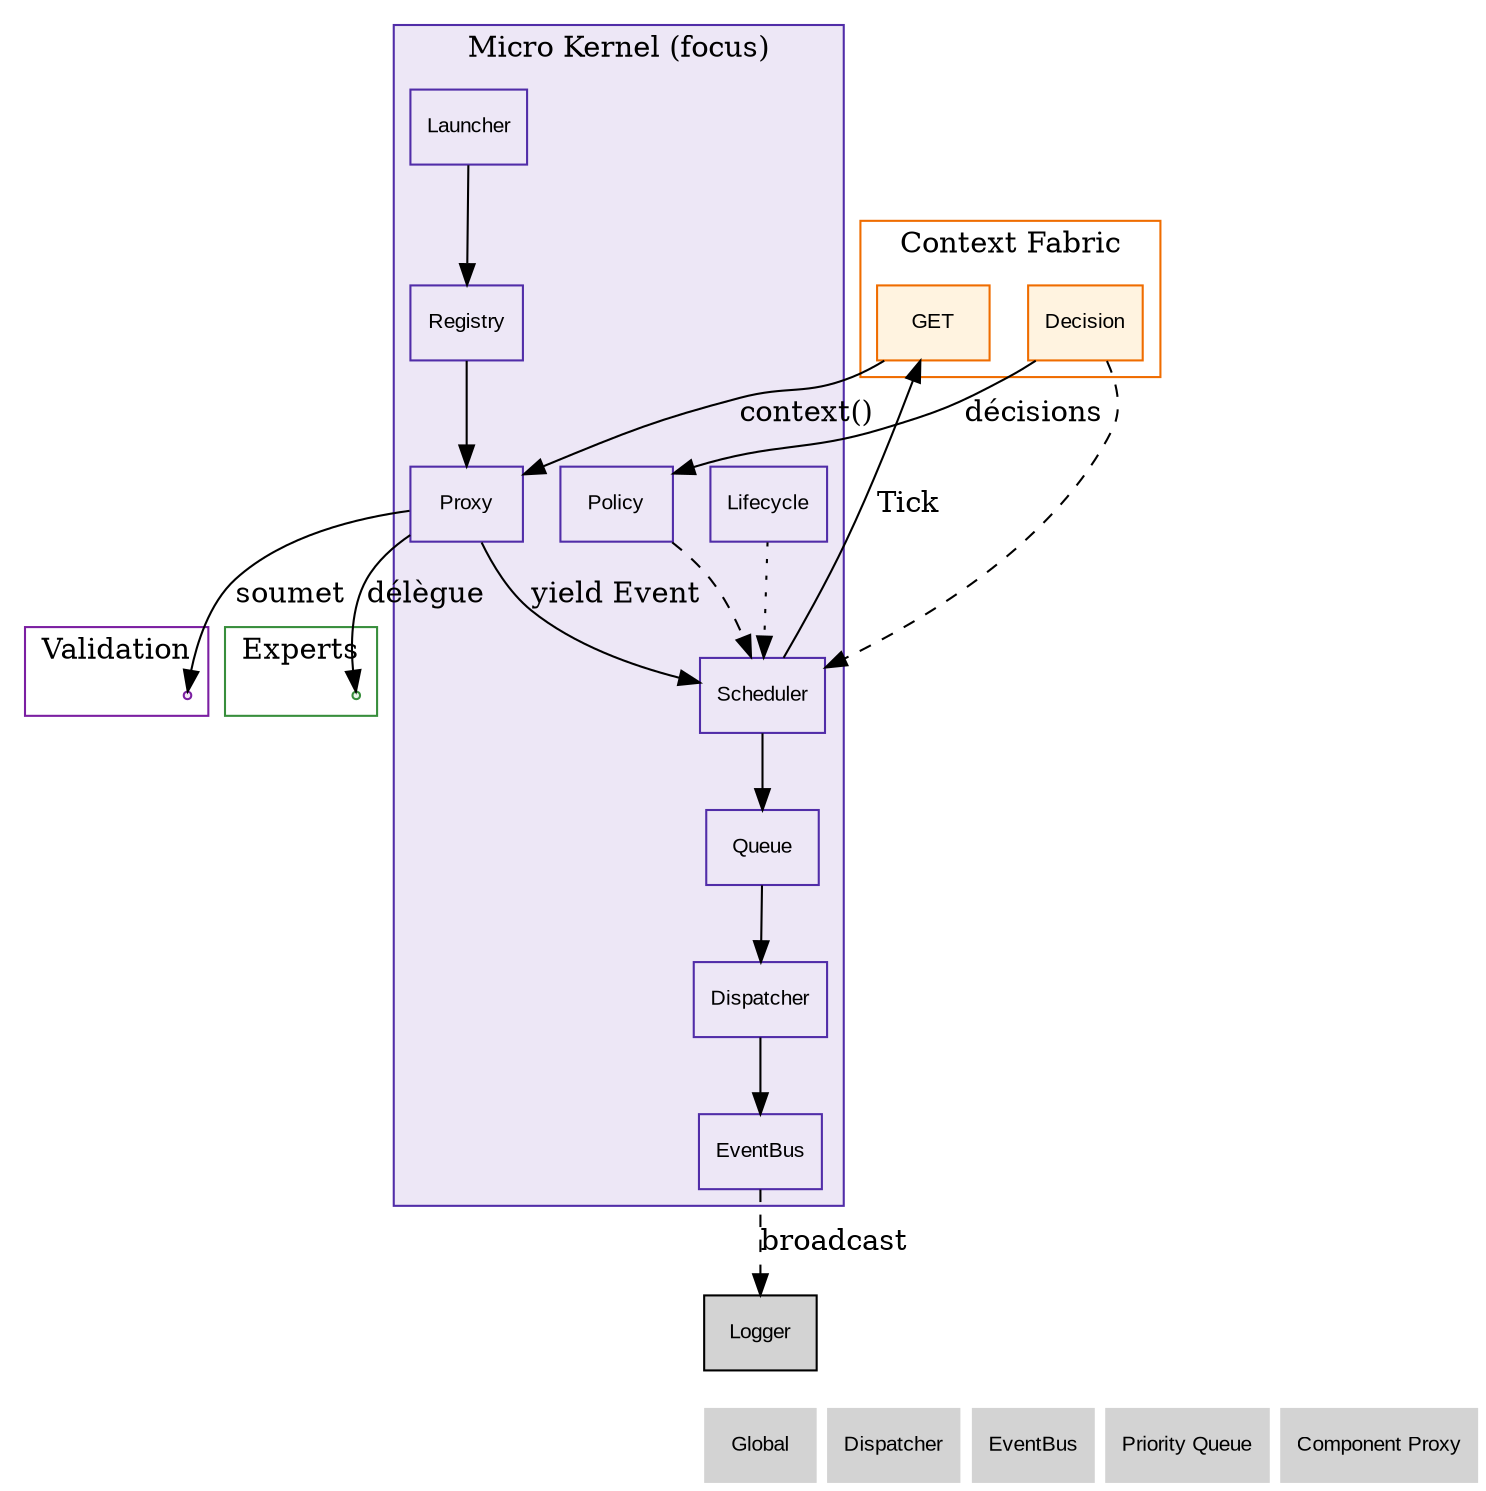
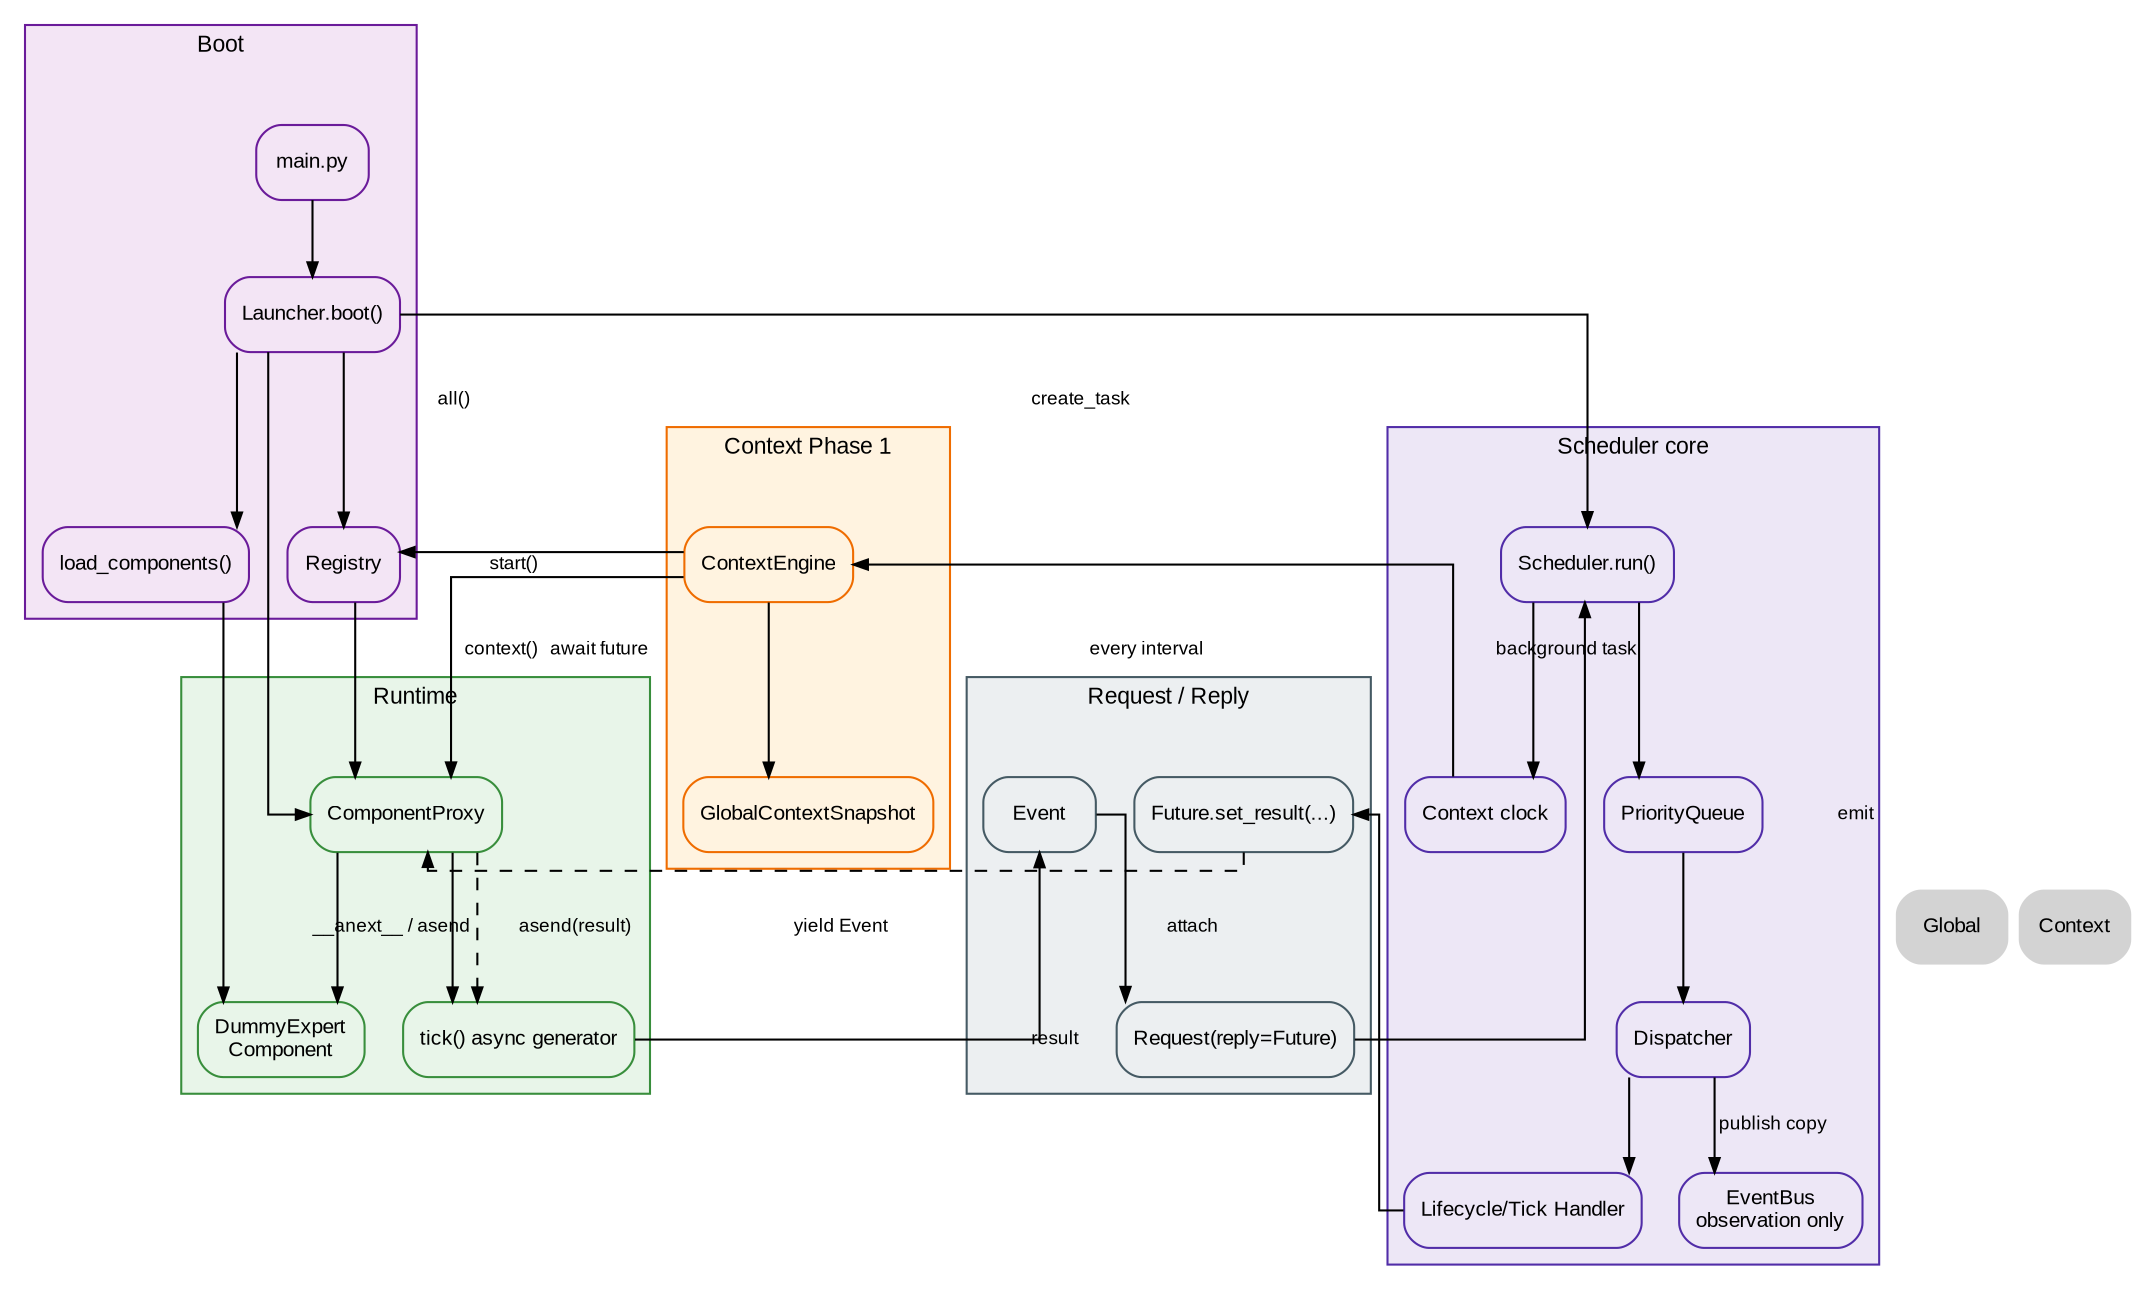
digraph Scheduler {
    rankdir=TB;
-     node [shape=box, style=filled, fontname="Arial", fontsize=10];
+     compound=true;
+     splines=ortho;

-     subgraph cluster_kernel {
-         label="Micro Kernel (focus)";
-         color="#512da8"; bgcolor="#ede7f6";
+     graph [fontname="Arial", fontsize=11];
+     node  [shape=box, style="rounded,filled", fontname="Arial", fontsize=10];
+     edge  [fontname="Arial", fontsize=9, arrowsize=0.7];
+ 
+     subgraph cluster_boot {
+         label="Boot";
+         color="#6a1b9a";
+         bgcolor="#f3e5f5";
+         node [fillcolor="#f3e5f5", color="#6a1b9a"];
+         Main     [label="main.py"];
+         Launcher [label="Launcher.boot()"];
+         Loader   [label="load_components()"];
+         Registry [label="Registry"];
+     }
+ 
+     subgraph cluster_runtime {
+         label="Runtime";
+         color="#388e3c";
+         bgcolor="#e8f5e9";
+         node [fillcolor="#e8f5e9", color="#388e3c"];
+         RealComponent [label="DummyExpert\nComponent"];
+         Proxy         [label="ComponentProxy"];
+         TickGen       [label="tick() async generator"];
+     }
+ 
+     subgraph cluster_scheduler {
+         label="Scheduler core";
+         color="#512da8";
+         bgcolor="#ede7f6";
        node [fillcolor="#ede7f6", color="#512da8"];
-         Launcher [URL="../00_global.svg"];
-         Registry [URL="../00_global.svg"];
-         Proxy [URL="component_proxy/14_component_proxy.svg"];
-         Scheduler [URL="../00_global.svg"]; // lui-même, mais lien vers global
-         Dispatcher [URL="dispatcher/11_dispatcher.svg"];
-         Queue [URL="priority_queue/13_priority_queue.svg"];
-         EventBus [URL="event_bus/12_event_bus.svg"];
-         Policy [URL="../00_global.svg"];
-         Lifecycle [URL="../00_global.svg"];
+         Scheduler [label="Scheduler.run()", URL="../00_global.svg", tooltip="Retour global"];
+         Queue     [label="PriorityQueue"];
+         Dispatcher;
+         Handler   [label="Lifecycle/Tick Handler"];
+         EventBus  [label="EventBus\nobservation only"];
+         Clock     [label="Context clock"];
+     }
+ 
+     subgraph cluster_reply {
+         label="Request / Reply";
+         color="#455a64";
+         bgcolor="#eceff1";
+         node [fillcolor="#eceff1", color="#455a64"];
+         Event   [label="Event"];
+         Request [label="Request(reply=Future)"];
+         Reply   [label="Future.set_result(...)"];
    }

    subgraph cluster_context {
-         label="Context Fabric";
+         label="Context Phase 1";
        color="#ef6c00";
+         bgcolor="#fff3e0";
        node [fillcolor="#fff3e0", color="#ef6c00"];
-         GET [URL="../context/20_context.svg"];
-         Decision [URL="../context/decision_engine/24_decision_engine.svg"];
+         ContextEngine [URL="../context/20_context.svg"];
+         Snapshot      [label="GlobalContextSnapshot", URL="../context/20_context.svg"];
    }

-     subgraph cluster_experts {
-         label="Experts";
-         color="#388e3c";
-         node [fillcolor="#e8f5e9", color="#388e3c"];
-         ExpertGroup [label="Experts", shape=point, URL="../experts/40_experts.svg"];
-     }
+     Main -> Launcher;
+     Launcher -> Loader;
+     Loader -> RealComponent;
+     Launcher -> Registry;
+     Registry -> Proxy;
+     Proxy -> RealComponent;
+     Launcher -> Scheduler [label="create_task"];
+     Launcher -> Proxy [label="start()"];

-     subgraph cluster_validation {
-         label="Validation";
-         color="#7b1fa2";
-         node [fillcolor="#f3e5f5", color="#7b1fa2"];
-         ValidationGroup [label="Validation", shape=point, URL="../validation/50_validation.svg"];
-     }
+     Proxy -> TickGen [label="__anext__ / asend"];
+     TickGen -> Event [label="yield Event"];
+     Event -> Request [label="attach"];
+     Request -> Scheduler [label="emit"];
+     Scheduler -> Queue;
+     Queue -> Dispatcher;
+     Dispatcher -> Handler;
+     Dispatcher -> EventBus [label="publish copy"];
+     Handler -> Reply [label="result"];
+     Reply -> Proxy [label="await future", style=dashed];
+     Proxy -> TickGen [label="asend(result)", style=dashed];

-     // Edges
-     Launcher -> Registry;     // Launcher → Registry
-     Registry -> Proxy;        // Registry → Proxy
-     Proxy -> Scheduler [label="yield Event"]; // Proxy → Scheduler
-     Scheduler -> Queue;       // Scheduler → Queue
-     Queue -> Dispatcher;      // Queue → Dispatcher
-     Dispatcher -> EventBus;   // Dispatcher → EventBus
-     Policy -> Scheduler [style=dashed]; // Policy ajuste Scheduler
-     Lifecycle -> Scheduler [style=dotted]; // Lifecycle notifie
+     Scheduler -> Clock [label="background task"];
+     Clock -> ContextEngine [label="every interval"];
+     ContextEngine -> Registry [label="all()"];
+     ContextEngine -> Proxy [label="context()"];
+     ContextEngine -> Snapshot;

-     Scheduler -> GET [label="Tick"];    // Tick vers GET_CONTEXT_ALL
-     GET -> Proxy [label="context()"];   // GET interroge Proxy
-     Decision -> Policy [label="décisions"]; // Decision → Policy
-     Decision -> Scheduler [style=dashed];   // Decision → Scheduler
- 
-     Proxy -> ExpertGroup [label="délègue"];       // Proxy → Experts
-     Proxy -> ValidationGroup [label="soumet"];    // Proxy → Validation
-     EventBus -> Logger [label="broadcast", style=dashed]; // EventBus → Logger
- 
-     // Navigation
    Nav_Global [label="Global", shape=plaintext, URL="../00_global.svg"];
-     Nav_Dispatcher [label="Dispatcher", shape=plaintext, URL="dispatcher/11_dispatcher.svg"];
-     Nav_EventBus [label="EventBus", shape=plaintext, URL="event_bus/12_event_bus.svg"];
-     Nav_Queue [label="Priority Queue", shape=plaintext, URL="priority_queue/13_priority_queue.svg"];
-     Nav_Proxy [label="Component Proxy", shape=plaintext, URL="component_proxy/14_component_proxy.svg"];
-     { rank=sink; Nav_Global; Nav_Dispatcher; Nav_EventBus; Nav_Queue; Nav_Proxy; }
+     Nav_Context [label="Context", shape=plaintext, URL="../context/20_context.svg"];
+     { rank=sink; Nav_Global; Nav_Context; }
}
